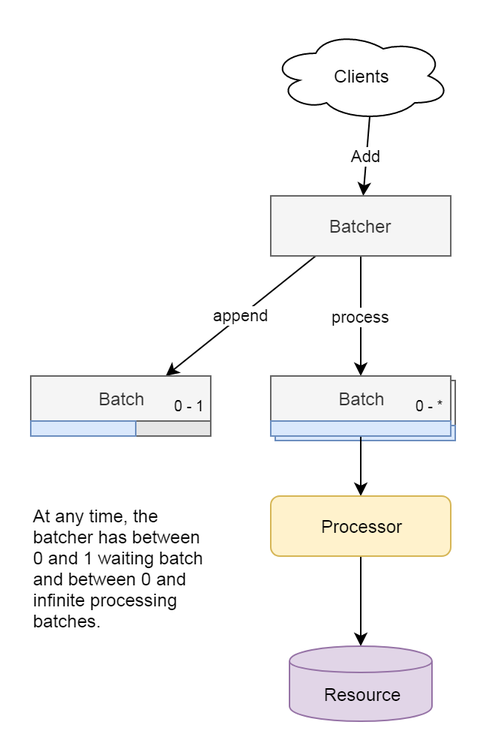
Earlier version of the draw.io export docs/batchy.png (kevburnsjr/batchy). Source tidied: cells renumbered, new cells last; positions are measured from the earlier drawing's top-left corner, leaving out a move shared by most shapes. The source it was exported from:
```xml
<mxGraphModel>
  <root>
    <mxCell id="0" />
    <mxCell id="1" parent="0" />
    <mxCell id="2" value="Batch" style="rounded=0;whiteSpace=wrap;html=1;fillColor=#f5f5f5;strokeColor=#666666;fontColor=#333333;" parent="1" vertex="1">
      <mxGeometry x="163" y="233" width="120" height="40" as="geometry" />
    </mxCell>
    <mxCell id="3" style="rounded=0;whiteSpace=wrap;html=1;fillColor=#dae8fc;strokeColor=#6c8ebf;" parent="1" vertex="1">
      <mxGeometry x="163" y="263" width="120" height="10" as="geometry" />
    </mxCell>
    <mxCell id="4" value="Add" style="rounded=0;jettySize=auto;html=1;exitX=0.55;exitY=0.95;exitDx=0;exitDy=0;exitPerimeter=0;" parent="1" edge="1" source="5" target="8">
      <mxGeometry relative="1" as="geometry" />
    </mxCell>
    <mxCell id="5" value="Clients" style="ellipse;shape=cloud;whiteSpace=wrap;html=1;" parent="1" vertex="1">
      <mxGeometry x="160" width="120" height="60" as="geometry" />
    </mxCell>
    <mxCell id="6" value="append" style="edgeStyle=none;rounded=0;jettySize=auto;html=1;exitX=0.25;exitY=1;exitDx=0;exitDy=0;entryX=0.75;entryY=0;entryDx=0;entryDy=0;" parent="1" edge="1" source="8" target="9">
      <mxGeometry relative="1" as="geometry" />
    </mxCell>
    <mxCell id="7" value="process" style="edgeStyle=none;rounded=0;jettySize=auto;html=1;exitX=0.5;exitY=1;exitDx=0;exitDy=0;entryX=0.5;entryY=0;entryDx=0;entryDy=0;" parent="1" edge="1" source="8" target="11">
      <mxGeometry relative="1" as="geometry" />
    </mxCell>
    <mxCell id="8" value="Batcher" style="rounded=0;whiteSpace=wrap;html=1;fillColor=#f5f5f5;strokeColor=#666666;fontColor=#333333;" parent="1" vertex="1">
      <mxGeometry x="160" y="110" width="120" height="40" as="geometry" />
    </mxCell>
    <mxCell id="9" value="Batch" style="rounded=0;whiteSpace=wrap;html=1;fillColor=#f5f5f5;strokeColor=#666666;fontColor=#333333;" parent="1" vertex="1">
      <mxGeometry y="230" width="120" height="30" as="geometry" />
    </mxCell>
    <mxCell id="10" style="edgeStyle=none;rounded=0;jettySize=auto;html=1;exitX=0.5;exitY=1;exitDx=0;exitDy=0;" parent="1" edge="1" source="11" target="13">
      <mxGeometry relative="1" as="geometry" />
    </mxCell>
    <mxCell id="11" value="Batch" style="rounded=0;whiteSpace=wrap;html=1;fillColor=#f5f5f5;strokeColor=#666666;fontColor=#333333;" parent="1" vertex="1">
      <mxGeometry x="160" y="230" width="120" height="30" as="geometry" />
    </mxCell>
    <mxCell id="12" style="edgeStyle=none;rounded=0;jettySize=auto;html=1;exitX=0.5;exitY=1;exitDx=0;exitDy=0;entryX=0.5;entryY=0;entryDx=0;entryDy=0;" parent="1" edge="1" source="13" target="18">
      <mxGeometry relative="1" as="geometry" />
    </mxCell>
    <mxCell id="13" value="Processor" style="rounded=1;whiteSpace=wrap;html=1;fillColor=#fff2cc;strokeColor=#d6b656;" parent="1" vertex="1">
      <mxGeometry x="160" y="310" width="120" height="40" as="geometry" />
    </mxCell>
    <mxCell id="14" style="edgeStyle=none;rounded=0;orthogonalLoop=1;jettySize=auto;html=1;exitX=0.25;exitY=0;exitDx=0;exitDy=0;" parent="1" edge="1" source="17" target="17">
      <mxGeometry relative="1" as="geometry" />
    </mxCell>
    <mxCell id="15" style="rounded=0;whiteSpace=wrap;html=1;fillColor=#dae8fc;strokeColor=#6c8ebf;" parent="1" vertex="1">
      <mxGeometry x="160" y="260" width="120" height="10" as="geometry" />
    </mxCell>
    <mxCell id="16" style="rounded=0;whiteSpace=wrap;html=1;fillColor=#E6E6E6;strokeColor=#666666;fontColor=#333333;" parent="1" vertex="1">
      <mxGeometry y="260" width="120" height="10" as="geometry" />
    </mxCell>
    <mxCell id="17" style="rounded=0;whiteSpace=wrap;html=1;fillColor=#dae8fc;strokeColor=#6c8ebf;" parent="1" vertex="1">
      <mxGeometry y="260" width="70" height="10" as="geometry" />
    </mxCell>
    <mxCell id="18" value="Resource" style="shape=cylinder;whiteSpace=wrap;html=1;boundedLbl=1;backgroundOutline=1;fillColor=#e1d5e7;strokeColor=#9673a6;" parent="1" vertex="1">
      <mxGeometry x="172.5" y="410" width="95" height="50" as="geometry" />
    </mxCell>
    <mxCell id="19" value="At any time, the batcher has between 0 and 1 waiting batch and between 0 and infinite processing batches." style="text;html=1;strokeColor=none;fillColor=none;align=left;verticalAlign=top;whiteSpace=wrap;rounded=0;" parent="1" vertex="1">
      <mxGeometry y="310" width="120" height="120" as="geometry" />
    </mxCell>
    <mxCell id="20" value="0 - 1" style="text;html=1;strokeColor=none;fillColor=none;align=center;verticalAlign=middle;whiteSpace=wrap;rounded=0;fontSize=10;" parent="1" vertex="1">
      <mxGeometry x="90" y="240" width="30" height="20" as="geometry" />
    </mxCell>
    <mxCell id="21" value="0 - *" style="text;html=1;strokeColor=none;fillColor=none;align=center;verticalAlign=middle;whiteSpace=wrap;rounded=0;fontSize=10;" parent="1" vertex="1">
      <mxGeometry x="250" y="240" width="30" height="20" as="geometry" />
    </mxCell>
  </root>
</mxGraphModel>
```
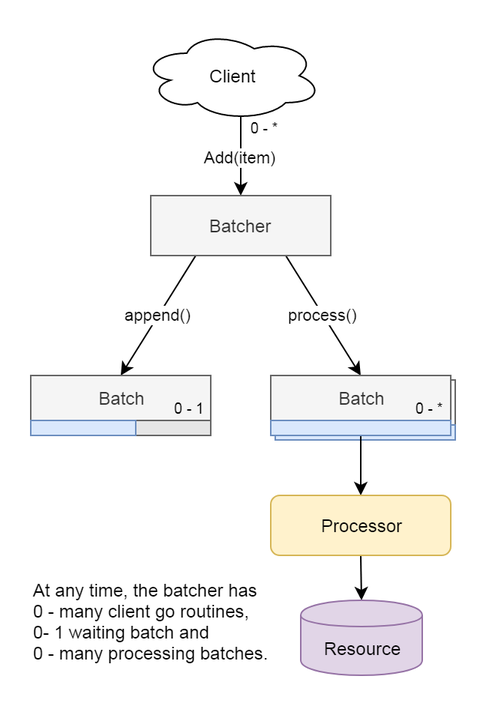
Above is the later version.

Commit message:
Update architecture diagram

Change to the diagram source:
```diff
@@ -8,20 +8,20 @@
     <mxCell id="3" style="rounded=0;whiteSpace=wrap;html=1;fillColor=#dae8fc;strokeColor=#6c8ebf;" parent="1" vertex="1">
       <mxGeometry x="163" y="263" width="120" height="10" as="geometry" />
     </mxCell>
-    <mxCell id="4" value="Add" style="rounded=0;jettySize=auto;html=1;exitX=0.55;exitY=0.95;exitDx=0;exitDy=0;exitPerimeter=0;" parent="1" edge="1" source="5" target="8">
+    <mxCell id="4" value="Add(item)" style="rounded=0;jettySize=auto;html=1;exitX=0.55;exitY=0.95;exitDx=0;exitDy=0;exitPerimeter=0;" parent="1" edge="1" source="5" target="8">
       <mxGeometry relative="1" as="geometry" />
     </mxCell>
-    <mxCell id="5" value="Clients" style="ellipse;shape=cloud;whiteSpace=wrap;html=1;" parent="1" vertex="1">
-      <mxGeometry x="160" width="120" height="60" as="geometry" />
+    <mxCell id="5" value="Client" style="ellipse;shape=cloud;whiteSpace=wrap;html=1;" parent="1" vertex="1">
+      <mxGeometry x="74" width="120" height="60" as="geometry" />
     </mxCell>
-    <mxCell id="6" value="append" style="edgeStyle=none;rounded=0;jettySize=auto;html=1;exitX=0.25;exitY=1;exitDx=0;exitDy=0;entryX=0.75;entryY=0;entryDx=0;entryDy=0;" parent="1" edge="1" source="8" target="9">
+    <mxCell id="6" value="append()" style="edgeStyle=none;rounded=0;jettySize=auto;html=1;exitX=0.25;exitY=1;exitDx=0;exitDy=0;entryX=0.5;entryY=0;entryDx=0;entryDy=0;" parent="1" edge="1" source="8" target="9">
       <mxGeometry relative="1" as="geometry" />
     </mxCell>
-    <mxCell id="7" value="process" style="edgeStyle=none;rounded=0;jettySize=auto;html=1;exitX=0.5;exitY=1;exitDx=0;exitDy=0;entryX=0.5;entryY=0;entryDx=0;entryDy=0;" parent="1" edge="1" source="8" target="11">
+    <mxCell id="7" value="process()" style="edgeStyle=none;rounded=0;jettySize=auto;html=1;exitX=0.75;exitY=1;exitDx=0;exitDy=0;entryX=0.5;entryY=0;entryDx=0;entryDy=0;" parent="1" edge="1" source="8" target="11">
       <mxGeometry relative="1" as="geometry" />
     </mxCell>
     <mxCell id="8" value="Batcher" style="rounded=0;whiteSpace=wrap;html=1;fillColor=#f5f5f5;strokeColor=#666666;fontColor=#333333;" parent="1" vertex="1">
-      <mxGeometry x="160" y="110" width="120" height="40" as="geometry" />
+      <mxGeometry x="80" y="110" width="120" height="40" as="geometry" />
     </mxCell>
     <mxCell id="9" value="Batch" style="rounded=0;whiteSpace=wrap;html=1;fillColor=#f5f5f5;strokeColor=#666666;fontColor=#333333;" parent="1" vertex="1">
       <mxGeometry y="230" width="120" height="30" as="geometry" />
@@ -51,16 +51,19 @@
       <mxGeometry y="260" width="70" height="10" as="geometry" />
     </mxCell>
     <mxCell id="18" value="Resource" style="shape=cylinder;whiteSpace=wrap;html=1;boundedLbl=1;backgroundOutline=1;fillColor=#e1d5e7;strokeColor=#9673a6;" parent="1" vertex="1">
-      <mxGeometry x="172.5" y="410" width="95" height="50" as="geometry" />
+      <mxGeometry x="180" y="380" width="81" height="50" as="geometry" />
     </mxCell>
-    <mxCell id="19" value="At any time, the batcher has between 0 and 1 waiting batch and between 0 and infinite processing batches." style="text;html=1;strokeColor=none;fillColor=none;align=left;verticalAlign=top;whiteSpace=wrap;rounded=0;" parent="1" vertex="1">
-      <mxGeometry y="310" width="120" height="120" as="geometry" />
+    <mxCell id="19" value="At any time, the batcher has &lt;br&gt;0 - many client go routines, &lt;br&gt;0- 1 waiting batch and &lt;br&gt;0 - many processing batches." style="text;html=1;strokeColor=none;fillColor=none;align=left;verticalAlign=top;whiteSpace=wrap;rounded=0;" parent="1" vertex="1">
+      <mxGeometry y="360" width="190" height="70" as="geometry" />
     </mxCell>
     <mxCell id="20" value="0 - 1" style="text;html=1;strokeColor=none;fillColor=none;align=center;verticalAlign=middle;whiteSpace=wrap;rounded=0;fontSize=10;" parent="1" vertex="1">
-      <mxGeometry x="90" y="240" width="30" height="20" as="geometry" />
+      <mxGeometry x="90" y="242" width="30" height="20" as="geometry" />
     </mxCell>
     <mxCell id="21" value="0 - *" style="text;html=1;strokeColor=none;fillColor=none;align=center;verticalAlign=middle;whiteSpace=wrap;rounded=0;fontSize=10;" parent="1" vertex="1">
-      <mxGeometry x="250" y="240" width="30" height="20" as="geometry" />
+      <mxGeometry x="250" y="242" width="30" height="20" as="geometry" />
     </mxCell>
+    <mxCell id="22" value="0 - *" style="text;html=1;strokeColor=none;fillColor=none;align=center;verticalAlign=middle;whiteSpace=wrap;rounded=0;fontSize=10;" parent="1" vertex="1">
+      <mxGeometry x="140" y="55" width="30" height="20" as="geometry" />
+    </mxCell>
   </root>
 </mxGraphModel>
```
